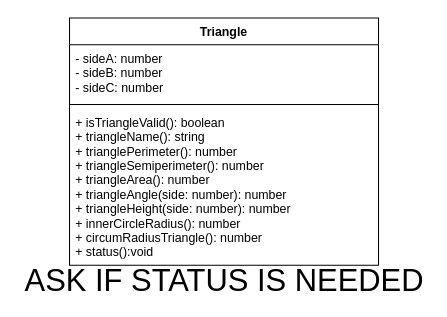
The draw.io diagram Drawio/ClassDiagram.drawio in JacksonNaufal/ics4u-assignment-3-typescript, before the edit. Source tidied: cells renumbered, new cells numbered last; positions are measured from the earlier drawing's top-left corner, leaving out a move shared by most shapes. Both pictures are drawn from the tidied source at 103%, with x=0, y=0 at pixel (18, 18).
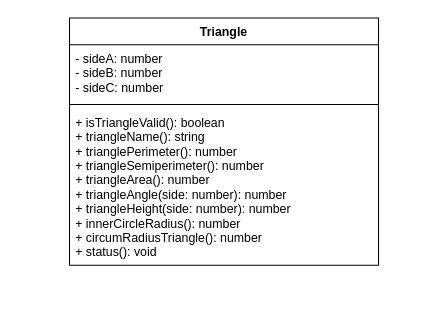
The same diagram, later.

The edit, as a diff of the source:
```diff
@@
 <mxGraphModel>
   <root>
     <mxCell id="0" />
     <mxCell id="1" parent="0" />
     <mxCell id="2" value="Triangle" style="swimlane;fontStyle=1;align=center;verticalAlign=top;horizontal=1;startSize=26;" parent="1" vertex="1">
       <mxGeometry x="50" width="300" height="240" as="geometry" />
     </mxCell>
     <mxCell id="3" value="- sideA: number&#10;- sideB: number&#10;- sideC: number" style="text;strokeColor=none;fillColor=none;align=left;verticalAlign=top;spacingLeft=4;spacingRight=4;overflow=hidden;" parent="2" vertex="1">
       <mxGeometry y="26" width="300" height="54" as="geometry" />
     </mxCell>
     <mxCell id="4" style="line;strokeWidth=1;fillColor=none;align=left;verticalAlign=middle;spacingTop=-1;spacingLeft=3;spacingRight=3;labelPosition=right;" parent="2" vertex="1">
       <mxGeometry y="80" width="300" height="8" as="geometry" />
     </mxCell>
-    <mxCell id="5" value="+ isTriangleValid(): boolean&#10;+ triangleName(): string&#10;+ trianglePerimeter(): number&#10;+ triangleSemiperimeter(): number&#10;+ triangleArea(): number&#10;+ triangleAngle(side: number): number&#10;+ triangleHeight(side: number): number&#10;+ innerCircleRadius(): number&#10;+ circumRadiusTriangle(): number&#10;+ status():void " style="text;strokeColor=none;fillColor=none;align=left;verticalAlign=top;spacingLeft=4;spacingRight=4;overflow=hidden;" parent="2" vertex="1">
+    <mxCell id="5" value="+ isTriangleValid(): boolean&#10;+ triangleName(): string&#10;+ trianglePerimeter(): number&#10;+ triangleSemiperimeter(): number&#10;+ triangleArea(): number&#10;+ triangleAngle(side: number): number&#10;+ triangleHeight(side: number): number&#10;+ innerCircleRadius(): number&#10;+ circumRadiusTriangle(): number&#10;+ status(): void " style="text;strokeColor=none;fillColor=none;align=left;verticalAlign=top;spacingLeft=4;spacingRight=4;overflow=hidden;" parent="2" vertex="1">
       <mxGeometry y="88" width="300" height="152" as="geometry" />
     </mxCell>
-    <mxCell id="6" value="&lt;font style=&quot;font-size: 30px&quot;&gt;ASK IF STATUS IS NEEDED&lt;/font&gt;" style="text;html=1;align=center;verticalAlign=middle;strokeColor=none;fillColor=none;" parent="1" vertex="1">
-      <mxGeometry y="240" width="400" height="30" as="geometry" />
-    </mxCell>
   </root>
 </mxGraphModel>
```
